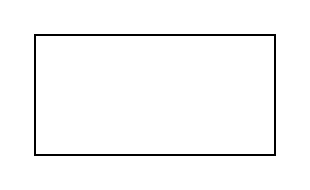
Earlier version of the draw.io diagram doc/zh_cn/Guide/assets/constructor.drawio (KonghaYao/rollup-web-document). Source tidied: cells renumbered, new cells numbered last; positions are measured from the earlier drawing's top-left corner, leaving out a move shared by most shapes. Both pictures are drawn from the tidied source at 200%, with x=0, y=0 at pixel (34, 34).
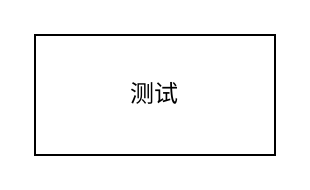
After the change.

Change to the diagram source:
```diff
@@
 <mxGraphModel>
   <root>
     <mxCell id="0" />
     <mxCell id="1" parent="0" />
-    <mxCell id="2" style="rounded=0;whiteSpace=wrap;html=1;" parent="1" vertex="1">
+    <mxCell id="2" value="测试" style="rounded=0;whiteSpace=wrap;html=1;" parent="1" vertex="1">
       <mxGeometry width="120" height="60" as="geometry" />
     </mxCell>
   </root>
 </mxGraphModel>
```
